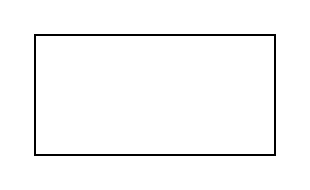
Above: Untitled Diagram.drawio in SengHoong/senghoong.github.io (draw.io), before the change. Source tidied: cells renumbered, new cells numbered last; positions are measured from the earlier drawing's top-left corner, leaving out a move shared by most shapes. Both pictures are drawn from the tidied source at 200%, with x=0, y=0 at pixel (34, 34).
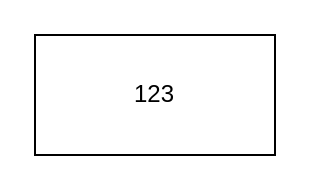
The same page after the edit.

Diff of the diagram source:
```diff
@@
 <mxGraphModel>
   <root>
     <mxCell id="0" />
     <mxCell id="1" parent="0" />
-    <mxCell id="2" style="rounded=0;whiteSpace=wrap;html=1;" parent="1" vertex="1">
+    <mxCell id="2" value="123" style="rounded=0;whiteSpace=wrap;html=1;" parent="1" vertex="1">
       <mxGeometry width="120" height="60" as="geometry" />
     </mxCell>
   </root>
 </mxGraphModel>
```
